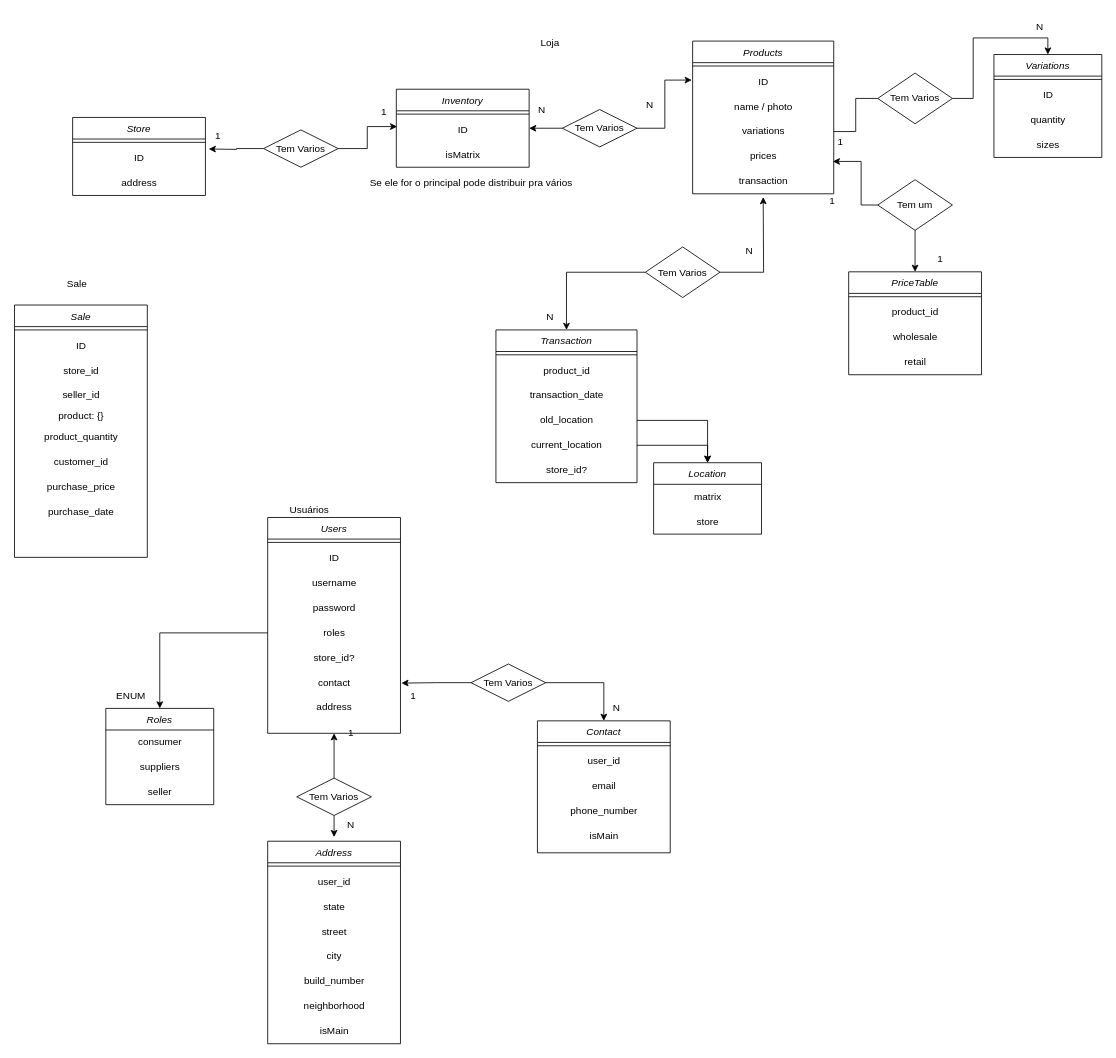
nunescl/store-management-api keeps this draw.io diagram as docs/data-model.drawio. Above is the earlier version. Source tidied: cells renumbered, new cells numbered last; positions are measured from the earlier drawing's top-left corner, leaving out a move shared by most shapes. Both pictures are drawn from the tidied source at 83%, with x=0, y=0 at pixel (14, 14).
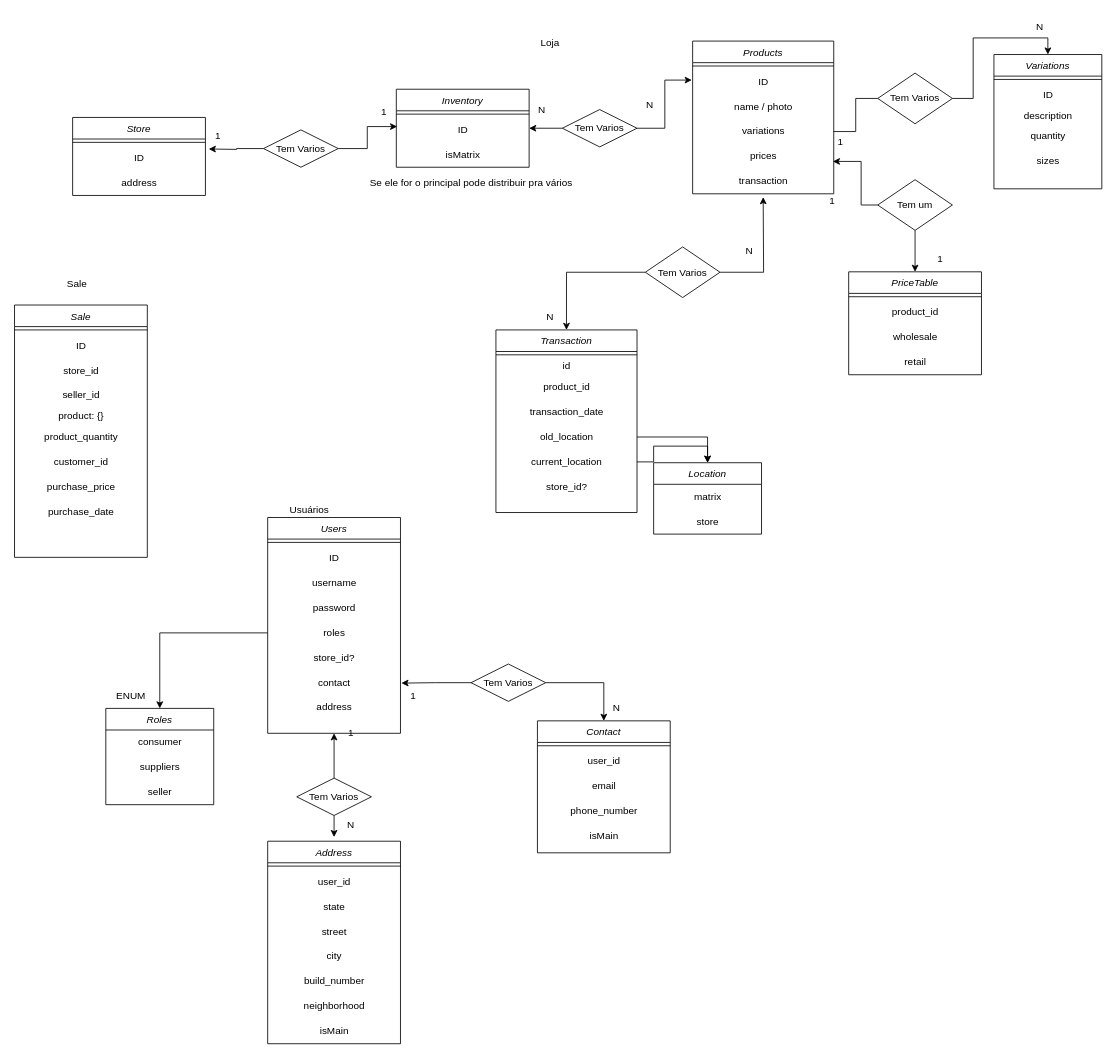
The same diagram, later.

Change to the diagram source:
```diff
@@
     <mxCell id="80" value="Variations" style="swimlane;fontStyle=2;align=center;verticalAlign=top;horizontal=1;startSize=26;rounded=0;shadow=0;strokeWidth=1;" parent="1" vertex="1">
-      <mxGeometry x="1180" y="48.2" width="130" height="124" as="geometry" />
+      <mxGeometry x="1180" y="48.2" width="130" height="161.8" as="geometry" />
     </mxCell>
@@
+    <mxCell id="118" value="description" style="text;html=1;align=center;verticalAlign=middle;strokeColor=none;fillColor=none;" parent="80" vertex="1">
+      <mxGeometry y="64" width="130" height="20" as="geometry" />
+    </mxCell>
     <mxCell id="83" value="quantity" style="text;html=1;align=center;verticalAlign=middle;strokeColor=none;fillColor=none;" parent="80" vertex="1">
-      <mxGeometry y="64" width="130" height="30" as="geometry" />
+      <mxGeometry y="84" width="130" height="30" as="geometry" />
     </mxCell>
     <mxCell id="84" value="sizes" style="text;html=1;align=center;verticalAlign=middle;strokeColor=none;fillColor=none;" parent="80" vertex="1">
-      <mxGeometry y="94" width="130" height="30" as="geometry" />
+      <mxGeometry y="114" width="130" height="30" as="geometry" />
     </mxCell>
@@
     <mxCell id="101" value="Transaction" style="swimlane;fontStyle=2;align=center;verticalAlign=top;horizontal=1;startSize=26;rounded=0;shadow=0;strokeWidth=1;" parent="1" vertex="1">
-      <mxGeometry x="580" y="380" width="170" height="184" as="geometry" />
+      <mxGeometry x="580" y="380" width="170" height="220" as="geometry" />
     </mxCell>
@@
+    <mxCell id="119" value="id" style="text;html=1;align=center;verticalAlign=middle;strokeColor=none;fillColor=none;" parent="101" vertex="1">
+      <mxGeometry y="34" width="170" height="20" as="geometry" />
+    </mxCell>
     <mxCell id="103" value="product_id" style="text;html=1;align=center;verticalAlign=middle;strokeColor=none;fillColor=none;" parent="101" vertex="1">
-      <mxGeometry y="34" width="170" height="30" as="geometry" />
+      <mxGeometry y="54" width="170" height="30" as="geometry" />
     </mxCell>
     <mxCell id="104" value="transaction_date" style="text;html=1;align=center;verticalAlign=middle;strokeColor=none;fillColor=none;" parent="101" vertex="1">
-      <mxGeometry y="64" width="170" height="30" as="geometry" />
+      <mxGeometry y="84" width="170" height="30" as="geometry" />
     </mxCell>
     <mxCell id="105" value="old_location" style="text;html=1;align=center;verticalAlign=middle;points=[];strokeColor=none;fillColor=none;" parent="101" vertex="1">
-      <mxGeometry y="94" width="170" height="30" as="geometry" />
+      <mxGeometry y="114" width="170" height="30" as="geometry" />
     </mxCell>
     <mxCell id="106" value="current_location" style="text;html=1;align=center;verticalAlign=middle;points=[];strokeColor=none;fillColor=none;" parent="101" vertex="1">
-      <mxGeometry y="124" width="170" height="30" as="geometry" />
+      <mxGeometry y="144" width="170" height="30" as="geometry" />
     </mxCell>
     <mxCell id="107" value="store_id?" style="text;html=1;align=center;verticalAlign=middle;strokeColor=none;fillColor=none;" parent="101" vertex="1">
-      <mxGeometry y="154" width="170" height="30" as="geometry" />
+      <mxGeometry y="174" width="170" height="30" as="geometry" />
     </mxCell>
```
